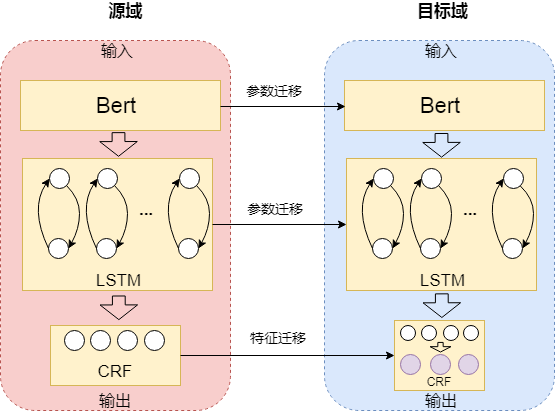
The draw.io diagram transfer_learning-CN.png in yhx123hero/CyberspaceSecurity_NER, before a commit. Source tidied: cells renumbered, new cells last; positions are measured from the earlier drawing's top-left corner, leaving out a move shared by most shapes.
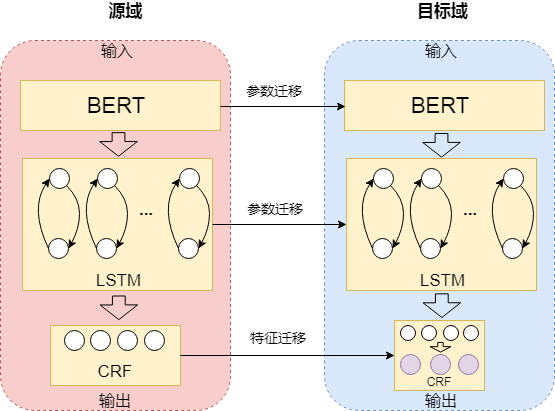
Later version of the same file.

Change to the diagram source:
```diff
@@ -86,7 +86,7 @@
     <mxCell id="20" value="CRF" style="text;html=1;align=center;verticalAlign=middle;whiteSpace=wrap;rounded=0;shadow=0;glass=0;fontSize=17;" parent="1" vertex="1">
       <mxGeometry x="95" y="361" width="40" height="20" as="geometry" />
     </mxCell>
-    <mxCell id="21" value="Bert" style="text;html=1;align=center;verticalAlign=middle;whiteSpace=wrap;rounded=0;shadow=0;glass=0;fontSize=22;" parent="1" vertex="1">
+    <mxCell id="21" value="BERT" style="text;html=1;align=center;verticalAlign=middle;whiteSpace=wrap;rounded=0;shadow=0;glass=0;fontSize=22;" parent="1" vertex="1">
       <mxGeometry x="96" y="95" width="40" height="20" as="geometry" />
     </mxCell>
     <mxCell id="22" style="rounded=1;whiteSpace=wrap;html=1;dashed=1;glass=0;shadow=0;fillColor=#dae8fc;strokeColor=#6c8ebf;" parent="1" vertex="1">
@@ -173,7 +173,7 @@
     <mxCell id="40" value="CRF" style="text;html=1;align=center;verticalAlign=middle;whiteSpace=wrap;rounded=0;shadow=0;glass=0;fontSize=9;" parent="1" vertex="1">
       <mxGeometry x="419" y="371" width="40" height="20" as="geometry" />
     </mxCell>
-    <mxCell id="41" value="Bert" style="text;html=1;align=center;verticalAlign=middle;whiteSpace=wrap;rounded=0;shadow=0;glass=0;fontSize=22;" parent="1" vertex="1">
+    <mxCell id="41" value="BERT" style="text;html=1;align=center;verticalAlign=middle;whiteSpace=wrap;rounded=0;shadow=0;glass=0;fontSize=22;" parent="1" vertex="1">
       <mxGeometry x="420" y="95" width="40" height="20" as="geometry" />
     </mxCell>
     <mxCell id="42" style="endArrow=classic;html=1;fontSize=22;exitX=1;exitY=0.5;exitDx=0;exitDy=0;entryX=0;entryY=0.5;entryDx=0;entryDy=0;" parent="1" edge="1" source="5" target="25">
```
